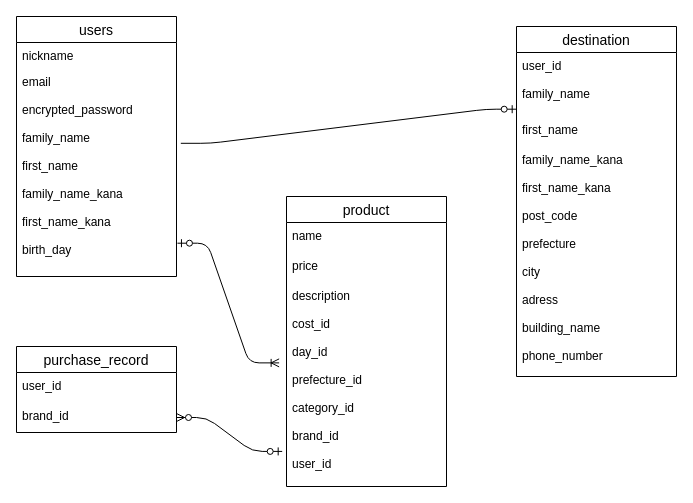
Above: test.dio in shinobum10/furima-36695 (draw.io), before the change. Source tidied: cells renumbered, new cells numbered last; positions are measured from the earlier drawing's top-left corner, leaving out a move shared by most shapes. Both pictures are drawn from the tidied source at 100%, with x=0, y=0 at pixel (16, 16).
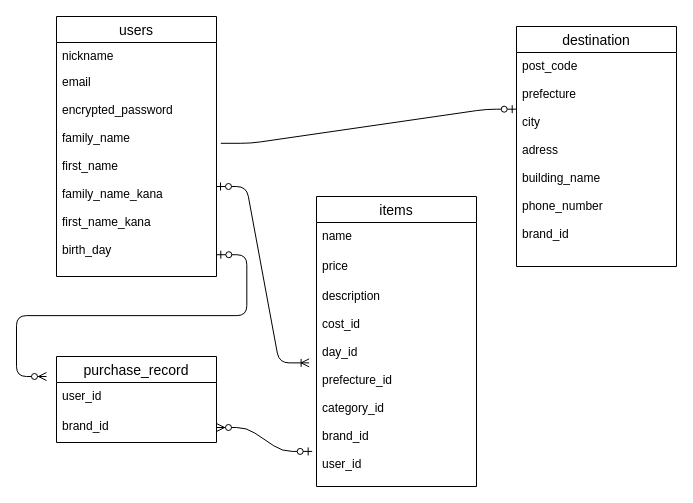
The same diagram, later.

Commit message (it also covers changes not shown here):
ER図・データベース設計修正

The change refers to these unchanged cells:
```xml
<mxCell id="5" value="encrypted_password&#10;&#10;family_name&#10;&#10;first_name&#10;&#10;family_name_kana&#10;&#10;first_name_kana&#10;&#10;birth_day&#10;&#10;&#10;&#10;" style="text;strokeColor=none;fillColor=none;spacingLeft=4;spacingRight=4;overflow=hidden;points=[[0,0.5],[1,0.5]];portConstraint=eastwest;fontSize=12;" parent="2" vertex="1">
  <mxGeometry y="80" width="160" height="180" as="geometry" />
</mxCell>
<mxCell id="9" value="description&#10;&#10;cost_id&#10;&#10;day_id&#10;&#10;prefecture_id&#10;&#10;category_id&#10;&#10;brand_id&#10;&#10;user_id&#10;&#10;" style="text;strokeColor=none;fillColor=none;spacingLeft=4;spacingRight=4;overflow=hidden;points=[[0,0.5],[1,0.5]];portConstraint=eastwest;fontSize=12;" parent="6" vertex="1">
  <mxGeometry y="86" width="160" height="204" as="geometry" />
</mxCell>
```

Change to the diagram source:
```diff
@@
     <mxCell id="2" value="users" style="swimlane;fontStyle=0;horizontal=1;startSize=26;align=center;fontSize=14;" parent="1" vertex="1">
-      <mxGeometry width="160" height="260" as="geometry" />
+      <mxGeometry x="40" width="160" height="260" as="geometry" />
     </mxCell>
@@
-    <mxCell id="6" value="product" style="swimlane;fontStyle=0;horizontal=1;startSize=26;align=center;fontSize=14;" parent="1" vertex="1">
-      <mxGeometry x="270" y="180" width="160" height="290" as="geometry" />
+    <mxCell id="6" value="items" style="swimlane;fontStyle=0;horizontal=1;startSize=26;align=center;fontSize=14;" parent="1" vertex="1">
+      <mxGeometry x="300" y="180" width="160" height="290" as="geometry" />
     </mxCell>
@@
     <mxCell id="10" value="destination" style="swimlane;fontStyle=0;horizontal=1;startSize=26;align=center;fontSize=14;" parent="1" vertex="1">
-      <mxGeometry x="500" y="10" width="160" height="350" as="geometry" />
+      <mxGeometry x="500" y="10" width="160" height="240" as="geometry" />
     </mxCell>
-    <mxCell id="11" value="user_id&#10;&#10;family_name&#10;" style="text;strokeColor=none;fillColor=none;spacingLeft=4;spacingRight=4;overflow=hidden;points=[[0,0.5],[1,0.5]];portConstraint=eastwest;fontSize=12;" parent="10" vertex="1">
-      <mxGeometry y="26" width="160" height="64" as="geometry" />
-    </mxCell>
-    <mxCell id="12" value="first_name" style="text;strokeColor=none;fillColor=none;spacingLeft=4;spacingRight=4;overflow=hidden;fontSize=12;" parent="10" vertex="1">
-      <mxGeometry y="90" width="160" height="30" as="geometry" />
-    </mxCell>
-    <mxCell id="13" value="family_name_kana&#10;&#10;first_name_kana&#10;&#10;post_code&#10;&#10;prefecture&#10;&#10;city&#10;&#10;adress&#10;&#10;building_name&#10;&#10;phone_number&#10;&#10;&#10;" style="text;strokeColor=none;fillColor=none;spacingLeft=4;spacingRight=4;overflow=hidden;fontSize=12;" parent="10" vertex="1">
-      <mxGeometry y="120" width="160" height="230" as="geometry" />
+    <mxCell id="13" value="post_code&#10;&#10;prefecture&#10;&#10;city&#10;&#10;adress&#10;&#10;building_name&#10;&#10;phone_number&#10;&#10;brand_id&#10;&#10;&#10;" style="text;strokeColor=none;fillColor=none;spacingLeft=4;spacingRight=4;overflow=hidden;fontSize=12;" parent="10" vertex="1">
+      <mxGeometry y="26" width="160" height="214" as="geometry" />
     </mxCell>
-    <mxCell id="14" style="edgeStyle=entityRelationEdgeStyle;fontSize=12;html=1;endArrow=ERzeroToOne;endFill=1;exitX=1.027;exitY=0.26;exitDx=0;exitDy=0;exitPerimeter=0;entryX=-0.002;entryY=0.886;entryDx=0;entryDy=0;entryPerimeter=0;" parent="1" edge="1" source="5" target="11">
-      <mxGeometry relative="1" as="geometry" />
+    <mxCell id="14" style="edgeStyle=entityRelationEdgeStyle;fontSize=12;html=1;endArrow=ERzeroToOne;endFill=1;exitX=1.027;exitY=0.26;exitDx=0;exitDy=0;exitPerimeter=0;entryX=-0.002;entryY=0.886;entryDx=0;entryDy=0;entryPerimeter=0;" parent="1" edge="1" source="5">
+      <mxGeometry relative="1" as="geometry">
+        <mxPoint x="499.7" y="92.7" as="targetPoint" />
+      </mxGeometry>
     </mxCell>
-    <mxCell id="15" style="edgeStyle=entityRelationEdgeStyle;fontSize=12;html=1;endArrow=ERoneToMany;startArrow=ERzeroToOne;exitX=1.006;exitY=0.815;exitDx=0;exitDy=0;exitPerimeter=0;entryX=-0.046;entryY=0.394;entryDx=0;entryDy=0;entryPerimeter=0;" parent="1" edge="1" source="5" target="9">
+    <mxCell id="15" style="edgeStyle=entityRelationEdgeStyle;fontSize=12;html=1;endArrow=ERoneToMany;startArrow=ERzeroToOne;entryX=-0.046;entryY=0.394;entryDx=0;entryDy=0;entryPerimeter=0;" parent="1" edge="1" source="5" target="9">
       <mxGeometry relative="1" as="geometry" />
     </mxCell>
     <mxCell id="16" value="purchase_record" style="swimlane;fontStyle=0;horizontal=1;startSize=26;align=center;fontSize=14;" parent="1" vertex="1">
-      <mxGeometry y="330" width="160" height="86" as="geometry" />
+      <mxGeometry x="40" y="340" width="160" height="86" as="geometry" />
     </mxCell>
@@
+    <mxCell id="20" style="edgeStyle=entityRelationEdgeStyle;fontSize=12;html=1;endArrow=ERzeroToMany;startArrow=ERzeroToOne;exitX=1.002;exitY=0.879;exitDx=0;exitDy=0;exitPerimeter=0;" parent="1" edge="1" source="5">
+      <mxGeometry relative="1" as="geometry">
+        <mxPoint x="30" y="360" as="targetPoint" />
+      </mxGeometry>
+    </mxCell>
```
